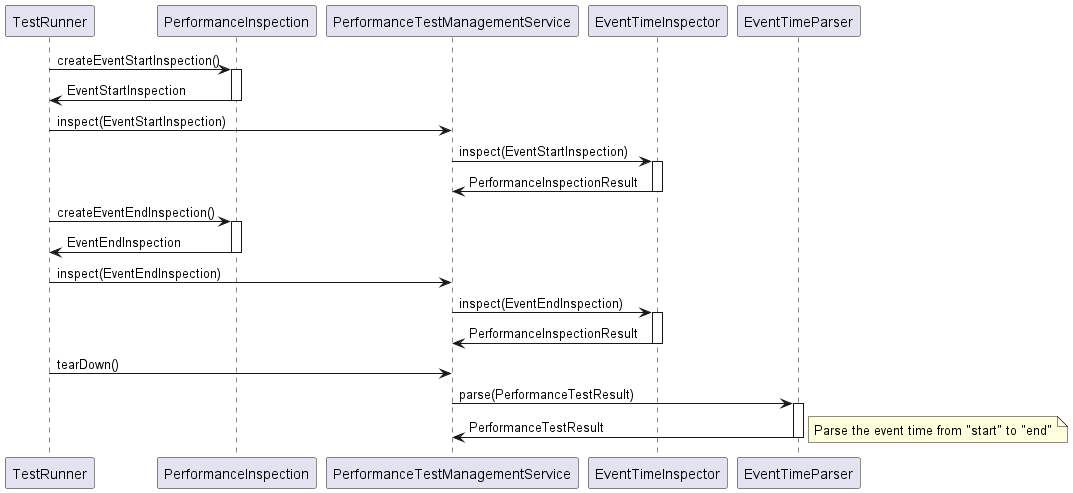
microsoft/HydraLab keeps this PlantUML diagram as docs/images/UML/performance_event_test_sequence.png. Above is the earlier version. Its diagram source:
```plantuml
@startuml performance_event_test_sequence
TestRunner -> PerformanceInspection : createEventStartInspection()
activate PerformanceInspection
PerformanceInspection -> TestRunner : EventStartInspection
deactivate PerformanceInspection
TestRunner -> PerformanceTestManagementService : inspect(EventStartInspection)
PerformanceTestManagementService -> EventTimeInspector : inspect(EventStartInspection)
activate EventTimeInspector
EventTimeInspector -> PerformanceTestManagementService : PerformanceInspectionResult
deactivate EventTimeInspector
TestRunner -> PerformanceInspection : createEventEndInspection()
activate PerformanceInspection
PerformanceInspection -> TestRunner : EventEndInspection
deactivate PerformanceInspection
TestRunner -> PerformanceTestManagementService : inspect(EventEndInspection)
PerformanceTestManagementService -> EventTimeInspector : inspect(EventEndInspection)
activate EventTimeInspector
EventTimeInspector -> PerformanceTestManagementService : PerformanceInspectionResult
deactivate EventTimeInspector
TestRunner -> PerformanceTestManagementService : tearDown()
PerformanceTestManagementService -> EventTimeParser : parse(PerformanceTestResult)
activate EventTimeParser
EventTimeParser -> PerformanceTestManagementService : PerformanceTestResult
deactivate EventTimeParser
note right
  Parse the event time from "start" to "end"
end note
@enduml
```
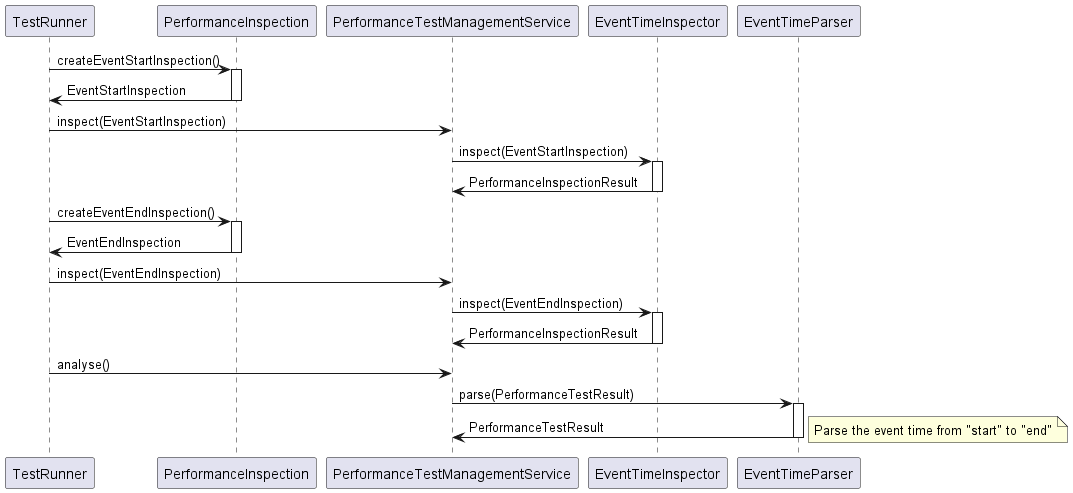
The same file after the commit.

Commit message:
Remove deviceIdentifier for event inspections and update UML image

The edit, as a diff of the source:
```diff
@@ -17,7 +17,7 @@
 activate EventTimeInspector
 EventTimeInspector -> PerformanceTestManagementService : PerformanceInspectionResult
 deactivate EventTimeInspector
-TestRunner -> PerformanceTestManagementService : tearDown()
+TestRunner -> PerformanceTestManagementService : analyse()
 PerformanceTestManagementService -> EventTimeParser : parse(PerformanceTestResult)
 activate EventTimeParser
 EventTimeParser -> PerformanceTestManagementService : PerformanceTestResult
```
